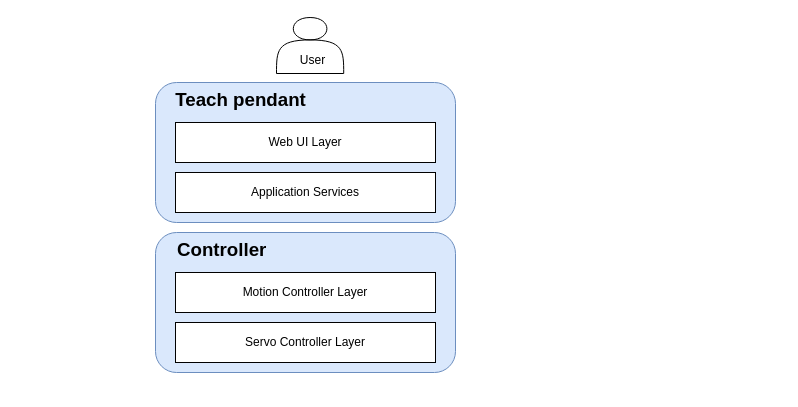
This is page "层级" (2 of 4) of 未命名表单.drawio from pantsli/blog, a draw.io file, before an edit. Source tidied: cells renumbered, new cells numbered last; positions are measured from the earlier drawing's top-left corner, leaving out a move shared by most shapes. Both pictures are drawn from the tidied source at 100%, with x=0, y=0 at pixel (155, 17).
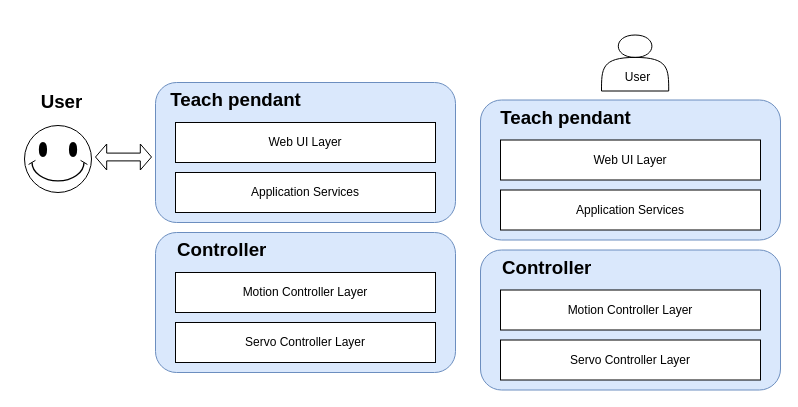
The same page after the edit.

Change to the diagram source:
```diff
@@
-    <mxCell id="2" style="group;" parent="1" vertex="1">
-      <mxGeometry width="300" height="355" as="geometry" />
-    </mxCell>
+    <mxCell id="15" style="verticalLabelPosition=bottom;verticalAlign=top;html=1;shape=mxgraph.basic.smiley;labelBackgroundColor=none;strokeWidth=1;fillColor=none;fontSize=16;fontColor=none;align=center;" parent="1" vertex="1">
+      <mxGeometry x="-131" y="108" width="67" height="67" as="geometry" />
+    </mxCell>
+    <mxCell id="16" style="group;" parent="1" vertex="1">
+      <mxGeometry x="325" y="17.5" width="300" height="355" as="geometry" />
+    </mxCell>
-    <mxCell id="3" style="shape=actor;whiteSpace=wrap;html=1;labelBackgroundColor=#ffffff;fillColor=#ffffff;align=center;" parent="2" vertex="1">
+    <mxCell id="3" style="shape=actor;whiteSpace=wrap;html=1;labelBackgroundColor=#ffffff;fillColor=#ffffff;align=center;" parent="16" vertex="1">
       <mxGeometry x="121" width="67.2" height="56" as="geometry" />
     </mxCell>
-    <mxCell id="4" value="User" style="text;html=1;align=center;verticalAlign=top;spacingTop=-4;" parent="2" vertex="1">
+    <mxCell id="4" value="User" style="text;html=1;align=center;verticalAlign=top;spacingTop=-4;" parent="16" vertex="1">
       <mxGeometry x="136.8" y="32.7" width="40" height="20" as="geometry" />
     </mxCell>
-    <mxCell id="5" style="group;" parent="2" vertex="1">
+    <mxCell id="5" style="group;" parent="16" vertex="1">
       <mxGeometry y="65" width="300" height="140" as="geometry" />
     </mxCell>
-    <mxCell id="6" value="&lt;h1 class=&quot;dictYoudao-Title&quot; style=&quot;line-height: 1.6; font-size: 16px; margin: 0px 8px 0px 0px; padding: 0px; box-sizing: inherit; font-family: &amp;quot;helvetica neue&amp;quot;, helvetica, arial, &amp;quot;hiragino sans gb&amp;quot;, &amp;quot;hiragino sans gb w3&amp;quot;, &amp;quot;microsoft yahei ui&amp;quot;, &amp;quot;microsoft yahei&amp;quot;, sans-serif; white-space: normal;&quot;&gt;&lt;br&gt;&lt;/h1&gt;" style="rounded=1;whiteSpace=wrap;html=1;labelBackgroundColor=none;fillColor=#dae8fc;align=center;verticalAlign=top;fontSize=16;strokeColor=#6c8ebf;labelBorderColor=#000000;noLabel=1;fontColor=none;" parent="5" vertex="1">
-      <mxGeometry width="300" height="140" as="geometry" />
-    </mxCell>
-    <mxCell id="7" value="Web UI Layer" style="rounded=0;whiteSpace=wrap;html=1;labelBackgroundColor=#ffffff;align=center;" parent="5" vertex="1">
-      <mxGeometry x="20" y="40" width="260" height="40" as="geometry" />
-    </mxCell>
-    <mxCell id="8" value="Application Services" style="rounded=0;whiteSpace=wrap;html=1;labelBackgroundColor=#ffffff;align=center;" parent="5" vertex="1">
-      <mxGeometry x="20" y="90" width="260" height="40" as="geometry" />
-    </mxCell>
-    <mxCell id="9" value="&lt;h3&gt;Teach pendant&lt;/h3&gt;" style="text;html=1;fontSize=16;verticalAlign=middle;align=center;" parent="5" vertex="1">
-      <mxGeometry x="20" y="3" width="130" height="30" as="geometry" />
-    </mxCell>
+    <mxCell id="17" value="&lt;h1 class=&quot;dictYoudao-Title&quot; style=&quot;line-height: 1.6; font-size: 16px; margin: 0px 8px 0px 0px; padding: 0px; box-sizing: inherit; font-family: &amp;quot;helvetica neue&amp;quot;, helvetica, arial, &amp;quot;hiragino sans gb&amp;quot;, &amp;quot;hiragino sans gb w3&amp;quot;, &amp;quot;microsoft yahei ui&amp;quot;, &amp;quot;microsoft yahei&amp;quot;, sans-serif; white-space: normal;&quot;&gt;&lt;br&gt;&lt;/h1&gt;" style="rounded=1;whiteSpace=wrap;html=1;labelBackgroundColor=none;fillColor=#dae8fc;align=center;verticalAlign=top;fontSize=16;strokeColor=#6c8ebf;labelBorderColor=#000000;noLabel=1;fontColor=none;" parent="5" vertex="1">
+      <mxGeometry width="300" height="140" as="geometry" />
+    </mxCell>
+    <mxCell id="18" value="Web UI Layer" style="rounded=0;whiteSpace=wrap;html=1;labelBackgroundColor=#ffffff;align=center;" parent="5" vertex="1">
+      <mxGeometry x="20" y="40" width="260" height="40" as="geometry" />
+    </mxCell>
+    <mxCell id="19" value="Application Services" style="rounded=0;whiteSpace=wrap;html=1;labelBackgroundColor=#ffffff;align=center;" parent="5" vertex="1">
+      <mxGeometry x="20" y="90" width="260" height="40" as="geometry" />
+    </mxCell>
+    <mxCell id="20" value="&lt;h3&gt;Teach pendant&lt;/h3&gt;" style="text;html=1;fontSize=16;verticalAlign=middle;align=center;" parent="5" vertex="1">
+      <mxGeometry x="20" y="3" width="130" height="30" as="geometry" />
+    </mxCell>
+    <mxCell id="21" style="group;" parent="16" vertex="1">
+      <mxGeometry y="215" width="300" height="140" as="geometry" />
+    </mxCell>
+    <mxCell id="22" value="&lt;h1 class=&quot;dictYoudao-Title&quot; style=&quot;line-height: 1.6; font-size: 16px; margin: 0px 8px 0px 0px; padding: 0px; box-sizing: inherit; font-family: &amp;quot;helvetica neue&amp;quot;, helvetica, arial, &amp;quot;hiragino sans gb&amp;quot;, &amp;quot;hiragino sans gb w3&amp;quot;, &amp;quot;microsoft yahei ui&amp;quot;, &amp;quot;microsoft yahei&amp;quot;, sans-serif; white-space: normal;&quot;&gt;&lt;br&gt;&lt;/h1&gt;" style="rounded=1;whiteSpace=wrap;html=1;labelBackgroundColor=none;fillColor=#dae8fc;align=center;verticalAlign=top;fontSize=16;strokeColor=#6c8ebf;labelBorderColor=#000000;noLabel=1;fontColor=none;" parent="21" vertex="1">
+      <mxGeometry width="300" height="140" as="geometry" />
+    </mxCell>
+    <mxCell id="23" value="Motion Controller Layer" style="rounded=0;whiteSpace=wrap;html=1;labelBackgroundColor=#ffffff;align=center;" parent="21" vertex="1">
+      <mxGeometry x="20" y="40" width="260" height="40" as="geometry" />
+    </mxCell>
+    <mxCell id="24" value="Servo Controller Layer" style="rounded=0;whiteSpace=wrap;html=1;labelBackgroundColor=#ffffff;align=center;" parent="21" vertex="1">
+      <mxGeometry x="20" y="90" width="260" height="40" as="geometry" />
+    </mxCell>
+    <mxCell id="25" value="&lt;h3&gt;Controller&lt;/h3&gt;" style="text;html=1;fontSize=16;verticalAlign=middle;align=left;" parent="21" vertex="1">
+      <mxGeometry x="20" y="3" width="130" height="30" as="geometry" />
+    </mxCell>
-    <mxCell id="10" style="group;" parent="2" vertex="1">
+    <mxCell id="10" style="group;" parent="1" vertex="1">
       <mxGeometry y="215" width="300" height="140" as="geometry" />
     </mxCell>
@@
+    <mxCell id="26" style="shape=doubleArrow;whiteSpace=wrap;html=1;labelBackgroundColor=none;strokeWidth=1;fillColor=none;fontSize=16;fontColor=none;align=center;" parent="1" vertex="1">
+      <mxGeometry x="-60" y="126.5" width="56" height="26" as="geometry" />
+    </mxCell>
+    <mxCell id="6" value="&lt;h1 class=&quot;dictYoudao-Title&quot; style=&quot;line-height: 1.6; font-size: 16px; margin: 0px 8px 0px 0px; padding: 0px; box-sizing: inherit; font-family: &amp;quot;helvetica neue&amp;quot;, helvetica, arial, &amp;quot;hiragino sans gb&amp;quot;, &amp;quot;hiragino sans gb w3&amp;quot;, &amp;quot;microsoft yahei ui&amp;quot;, &amp;quot;microsoft yahei&amp;quot;, sans-serif; white-space: normal;&quot;&gt;&lt;br&gt;&lt;/h1&gt;" style="rounded=1;whiteSpace=wrap;html=1;labelBackgroundColor=none;fillColor=#dae8fc;align=center;verticalAlign=top;fontSize=16;strokeColor=#6c8ebf;labelBorderColor=#000000;noLabel=1;fontColor=none;" parent="1" vertex="1">
+      <mxGeometry y="65" width="300" height="140" as="geometry" />
+    </mxCell>
+    <mxCell id="7" value="Web UI Layer" style="rounded=0;whiteSpace=wrap;html=1;labelBackgroundColor=#ffffff;align=center;" parent="1" vertex="1">
+      <mxGeometry x="20" y="105" width="260" height="40" as="geometry" />
+    </mxCell>
+    <mxCell id="8" value="Application Services" style="rounded=0;whiteSpace=wrap;html=1;labelBackgroundColor=#ffffff;align=center;" parent="1" vertex="1">
+      <mxGeometry x="20" y="155" width="260" height="40" as="geometry" />
+    </mxCell>
+    <mxCell id="9" value="&lt;h3&gt;User&lt;/h3&gt;" style="text;html=1;fontSize=16;verticalAlign=middle;align=center;" parent="1" vertex="1">
+      <mxGeometry x="-138" y="70" width="87" height="30" as="geometry" />
+    </mxCell>
+    <mxCell id="27" value="&lt;h3&gt;Teach pendant&lt;/h3&gt;" style="text;html=1;fontSize=16;verticalAlign=middle;align=center;" parent="1" vertex="1">
+      <mxGeometry x="15" y="68" width="130" height="30" as="geometry" />
+    </mxCell>
```
